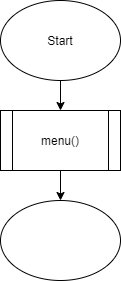
Before: docs/global.png, a diagram exported from draw.io (yuto-dev/fsd-corona-new). Source tidied: cells renumbered, new cells last; positions are measured from the earlier drawing's top-left corner, leaving out a move shared by most shapes. The source it was exported from:
```xml
<mxGraphModel>
  <root>
    <mxCell id="0" />
    <mxCell id="1" parent="0" />
    <mxCell id="2" style="edgeStyle=orthogonalEdgeStyle;rounded=0;jettySize=auto;html=1;" parent="1" edge="1" source="3" target="5">
      <mxGeometry relative="1" as="geometry" />
    </mxCell>
    <mxCell id="3" value="Start" style="ellipse;whiteSpace=wrap;html=1;" parent="1" vertex="1">
      <mxGeometry width="120" height="80" as="geometry" />
    </mxCell>
    <mxCell id="4" style="edgeStyle=orthogonalEdgeStyle;rounded=0;jettySize=auto;html=1;" parent="1" edge="1" source="5" target="6">
      <mxGeometry relative="1" as="geometry" />
    </mxCell>
    <mxCell id="5" value="menu()" style="shape=process;whiteSpace=wrap;html=1;backgroundOutline=1;" parent="1" vertex="1">
      <mxGeometry y="110" width="120" height="60" as="geometry" />
    </mxCell>
    <mxCell id="6" style="ellipse;whiteSpace=wrap;html=1;" parent="1" vertex="1">
      <mxGeometry y="200" width="120" height="80" as="geometry" />
    </mxCell>
  </root>
</mxGraphModel>
```
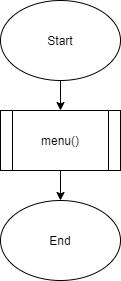
After the change.

The edit, as a diff of the source:
```diff
@@ -14,7 +14,7 @@
     <mxCell id="5" value="menu()" style="shape=process;whiteSpace=wrap;html=1;backgroundOutline=1;" parent="1" vertex="1">
       <mxGeometry y="110" width="120" height="60" as="geometry" />
     </mxCell>
-    <mxCell id="6" style="ellipse;whiteSpace=wrap;html=1;" parent="1" vertex="1">
+    <mxCell id="6" value="End" style="ellipse;whiteSpace=wrap;html=1;" parent="1" vertex="1">
       <mxGeometry y="200" width="120" height="80" as="geometry" />
     </mxCell>
   </root>
```
